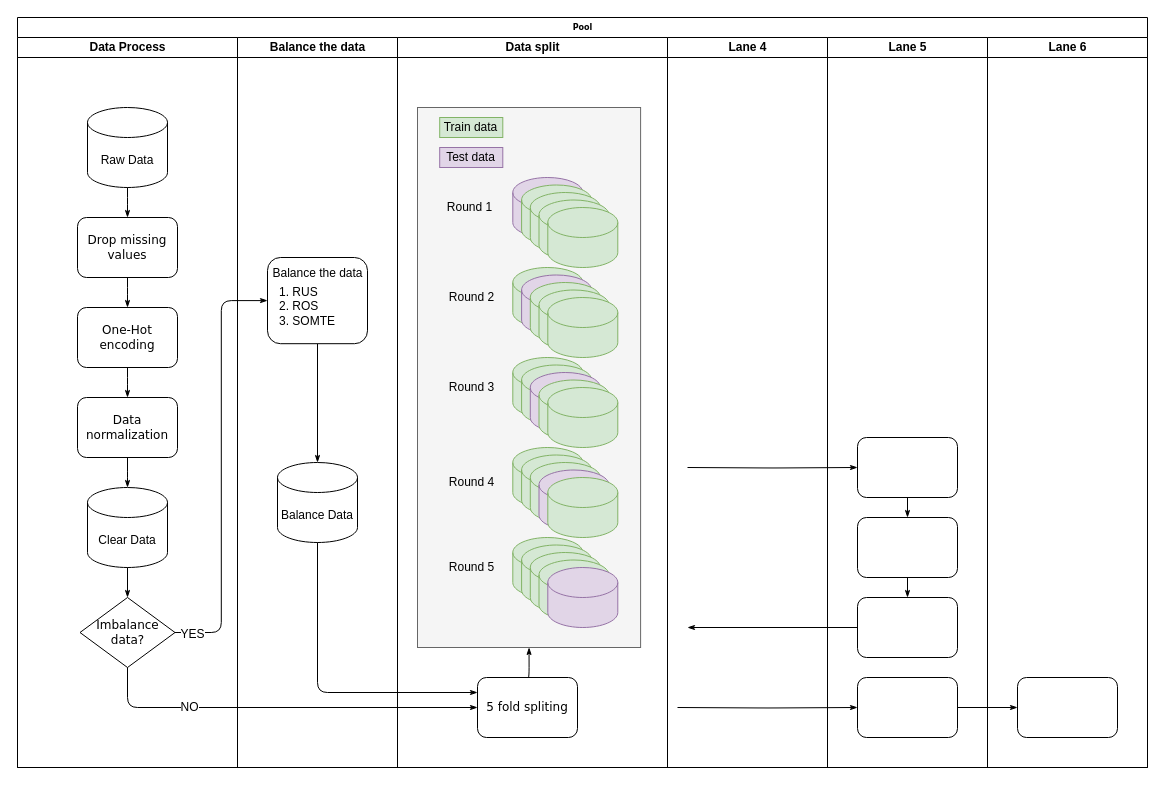
Before: Untitled Diagram.drawio in puresummersky/ML_web, a draw.io diagram. Source tidied: cells renumbered, new cells numbered last; positions are measured from the earlier drawing's top-left corner, leaving out a move shared by most shapes. Both pictures are drawn from the tidied source at 100%, with x=0, y=0 at pixel (17, 17).
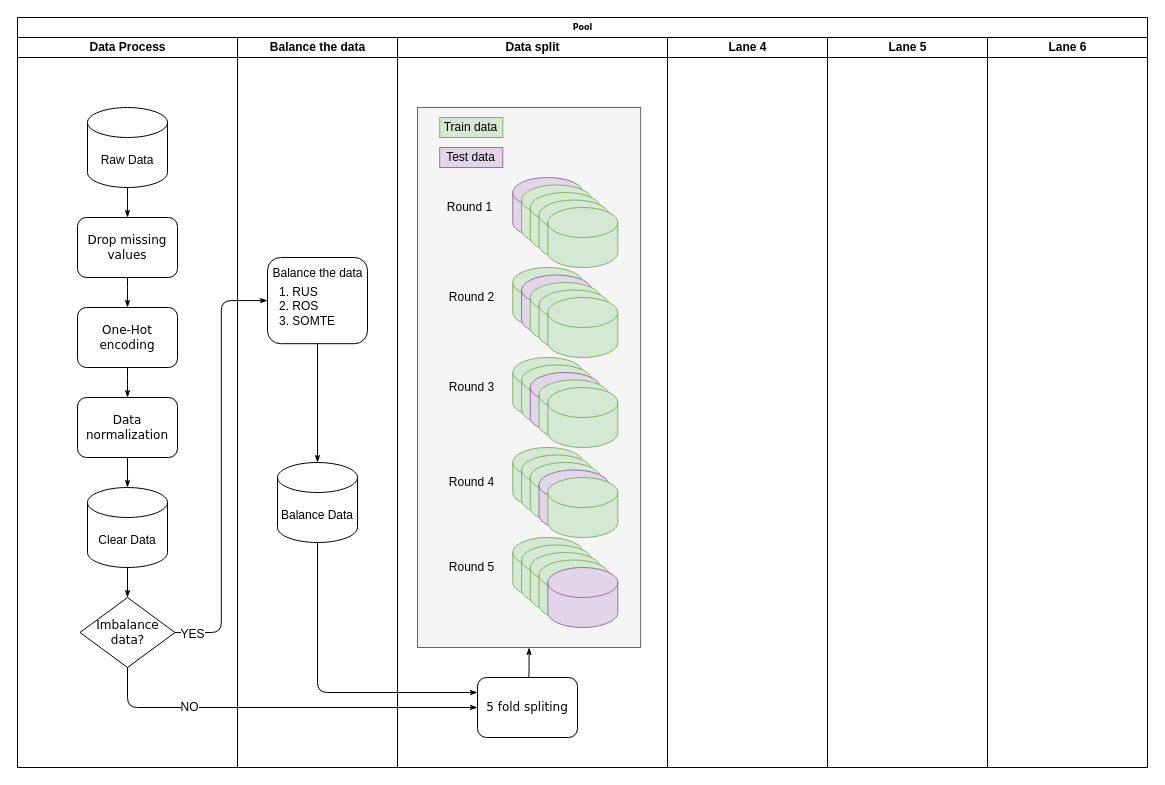
Above is the later version.

Commit message:
clean same digrams

Unchanged cells that the change refers to:
```xml
<mxCell id="2" value="Pool" style="swimlane;html=1;startSize=20;rounded=0;shadow=0;labelBackgroundColor=none;strokeWidth=1;fontFamily=Verdana;fontSize=8;align=center;" parent="1" vertex="1">
  <mxGeometry width="1130" height="750" as="geometry" />
</mxCell>
<mxCell id="65" value="Lane 5" style="swimlane;html=1;startSize=20;" parent="2" vertex="1">
  <mxGeometry x="810" y="20" width="160" height="730" as="geometry" />
</mxCell>
<mxCell id="72" value="Lane 6" style="swimlane;html=1;startSize=20;" parent="2" vertex="1">
  <mxGeometry x="970" y="20" width="160" height="730" as="geometry" />
</mxCell>
```

The edit, as a diff of the source:
```diff
@@
-    <mxCell id="3" style="edgeStyle=orthogonalEdgeStyle;rounded=1;html=1;labelBackgroundColor=none;startArrow=none;startFill=0;startSize=5;endArrow=classicThin;endFill=1;endSize=5;jettySize=auto;strokeWidth=1;fontFamily=Verdana;fontSize=8;" parent="2" edge="1" target="69">
-      <mxGeometry relative="1" as="geometry">
-        <mxPoint x="660" y="690" as="sourcePoint" />
-      </mxGeometry>
-    </mxCell>
-    <mxCell id="4" style="edgeStyle=orthogonalEdgeStyle;rounded=1;html=1;labelBackgroundColor=none;startArrow=none;startFill=0;startSize=5;endArrow=classicThin;endFill=1;endSize=5;jettySize=auto;strokeWidth=1;fontFamily=Verdana;fontSize=8;" parent="2" edge="1" source="69" target="73">
-      <mxGeometry relative="1" as="geometry" />
-    </mxCell>
-    <mxCell id="5" style="edgeStyle=orthogonalEdgeStyle;rounded=1;html=1;labelBackgroundColor=none;startArrow=none;startFill=0;startSize=5;endArrow=classicThin;endFill=1;endSize=5;jettySize=auto;strokeWidth=1;fontFamily=Verdana;fontSize=8;" parent="2" edge="1" target="66">
-      <mxGeometry relative="1" as="geometry">
-        <mxPoint x="670" y="450" as="sourcePoint" />
-      </mxGeometry>
-    </mxCell>
-    <mxCell id="6" style="edgeStyle=orthogonalEdgeStyle;rounded=1;html=1;labelBackgroundColor=none;startArrow=none;startFill=0;startSize=5;endArrow=classicThin;endFill=1;endSize=5;jettySize=auto;strokeColor=#000000;strokeWidth=1;fontFamily=Verdana;fontSize=8;fontColor=#000000;" parent="2" edge="1" source="68">
-      <mxGeometry relative="1" as="geometry">
-        <mxPoint x="670" y="610" as="targetPoint" />
-      </mxGeometry>
-    </mxCell>
@@
-    <mxCell id="66" style="rounded=1;whiteSpace=wrap;html=1;shadow=0;labelBackgroundColor=none;strokeWidth=1;fontFamily=Verdana;fontSize=8;align=center;" parent="65" vertex="1">
-      <mxGeometry x="30" y="400" width="100" height="60" as="geometry" />
-    </mxCell>
-    <mxCell id="67" style="rounded=1;whiteSpace=wrap;html=1;shadow=0;labelBackgroundColor=none;strokeWidth=1;fontFamily=Verdana;fontSize=8;align=center;" parent="65" vertex="1">
-      <mxGeometry x="30" y="480" width="100" height="60" as="geometry" />
-    </mxCell>
-    <mxCell id="68" style="rounded=1;whiteSpace=wrap;html=1;shadow=0;labelBackgroundColor=none;strokeWidth=1;fontFamily=Verdana;fontSize=8;align=center;" parent="65" vertex="1">
-      <mxGeometry x="30" y="560" width="100" height="60" as="geometry" />
-    </mxCell>
-    <mxCell id="69" style="rounded=1;whiteSpace=wrap;html=1;shadow=0;labelBackgroundColor=none;strokeWidth=1;fontFamily=Verdana;fontSize=8;align=center;" parent="65" vertex="1">
-      <mxGeometry x="30" y="640" width="100" height="60" as="geometry" />
-    </mxCell>
-    <mxCell id="70" style="edgeStyle=orthogonalEdgeStyle;rounded=1;html=1;labelBackgroundColor=none;startArrow=none;startFill=0;startSize=5;endArrow=classicThin;endFill=1;endSize=5;jettySize=auto;strokeWidth=1;fontFamily=Verdana;fontSize=8;" parent="65" edge="1" source="66" target="67">
-      <mxGeometry relative="1" as="geometry" />
-    </mxCell>
-    <mxCell id="71" style="edgeStyle=orthogonalEdgeStyle;rounded=1;html=1;labelBackgroundColor=none;startArrow=none;startFill=0;startSize=5;endArrow=classicThin;endFill=1;endSize=5;jettySize=auto;strokeWidth=1;fontFamily=Verdana;fontSize=8;" parent="65" edge="1" source="67" target="68">
-      <mxGeometry relative="1" as="geometry" />
-    </mxCell>
@@
-    <mxCell id="73" style="rounded=1;whiteSpace=wrap;html=1;shadow=0;labelBackgroundColor=none;strokeWidth=1;fontFamily=Verdana;fontSize=8;align=center;" parent="72" vertex="1">
-      <mxGeometry x="30" y="640" width="100" height="60" as="geometry" />
-    </mxCell>
```
